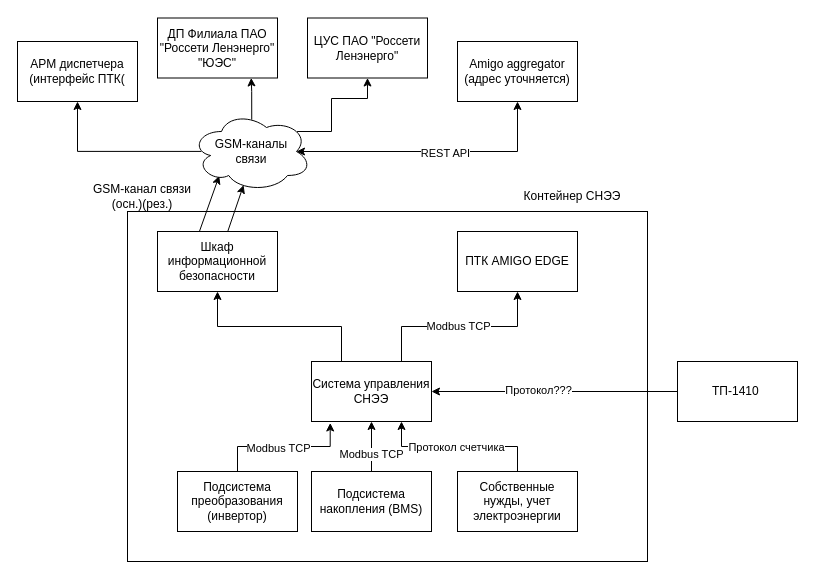
This is Volts.drawio from Randyrofed/DrawIO, a draw.io file, before an edit. Source tidied: cells renumbered, new cells numbered last; positions are measured from the earlier drawing's top-left corner, leaving out a move shared by most shapes. Both pictures are drawn from the tidied source at 100%, with x=0, y=0 at pixel (17, 17).
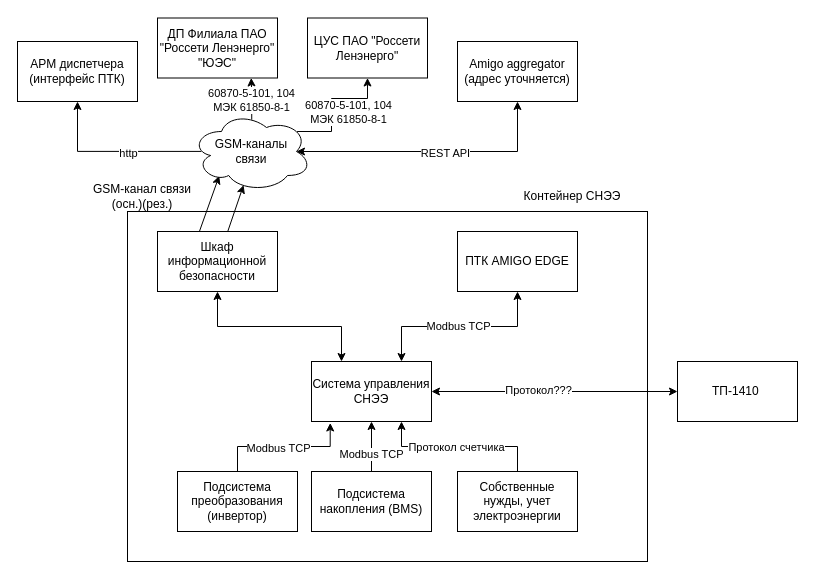
After the change.

Unchanged cells that the change refers to:
```xml
<mxCell id="6" value="Система управления СНЭЭ" style="rounded=0;whiteSpace=wrap;html=1;" parent="1" vertex="1">
  <mxGeometry x="294" y="344" width="120" height="60" as="geometry" />
</mxCell>
<mxCell id="18" value="ТП-1410&amp;nbsp;" style="rounded=0;whiteSpace=wrap;html=1;" parent="1" vertex="1">
  <mxGeometry x="660" y="344" width="120" height="60" as="geometry" />
</mxCell>
<mxCell id="19" value="ПТК AMIGO EDGE" style="rounded=0;whiteSpace=wrap;html=1;" parent="1" vertex="1">
  <mxGeometry x="440" y="214" width="120" height="60" as="geometry" />
</mxCell>
<mxCell id="22" value="Шкаф информационной безопасности" style="rounded=0;whiteSpace=wrap;html=1;" parent="1" vertex="1">
  <mxGeometry x="140" y="214" width="120" height="60" as="geometry" />
</mxCell>
<mxCell id="26" style="edgeStyle=orthogonalEdgeStyle;rounded=0;jettySize=auto;html=1;entryX=0.781;entryY=0.999;entryDx=0;entryDy=0;entryPerimeter=0;exitX=0.502;exitY=0.102;exitDx=0;exitDy=0;exitPerimeter=0;" parent="1" edge="1" source="31" target="23">
  <mxGeometry relative="1" as="geometry" />
</mxCell>
<mxCell id="29" style="edgeStyle=orthogonalEdgeStyle;rounded=0;jettySize=auto;html=1;entryX=0.5;entryY=1;entryDx=0;entryDy=0;exitX=0.88;exitY=0.25;exitDx=0;exitDy=0;exitPerimeter=0;" parent="1" edge="1" source="31" target="24">
  <mxGeometry relative="1" as="geometry">
    <Array as="points">
      <mxPoint x="314" y="114" />
      <mxPoint x="314" y="81" />
      <mxPoint x="350" y="81" />
    </Array>
  </mxGeometry>
</mxCell>
<mxCell id="30" style="edgeStyle=orthogonalEdgeStyle;rounded=0;jettySize=auto;html=1;entryX=0.5;entryY=1;entryDx=0;entryDy=0;exitX=0.083;exitY=0.499;exitDx=0;exitDy=0;exitPerimeter=0;" parent="1" edge="1" source="31" target="32">
  <mxGeometry relative="1" as="geometry" />
</mxCell>
```

Diff of the diagram source:
```diff
@@
-    <mxCell id="3" style="edgeStyle=orthogonalEdgeStyle;rounded=0;jettySize=auto;html=1;entryX=0.5;entryY=1;entryDx=0;entryDy=0;exitX=0.75;exitY=0;exitDx=0;exitDy=0;" parent="1" edge="1" source="6" target="19">
+    <mxCell id="3" style="edgeStyle=orthogonalEdgeStyle;rounded=0;jettySize=auto;html=1;entryX=0.5;entryY=1;entryDx=0;entryDy=0;exitX=0.75;exitY=0;exitDx=0;exitDy=0;startArrow=classic;startFill=1;" parent="1" edge="1" source="6" target="19">
       <mxGeometry relative="1" as="geometry" />
     </mxCell>
@@
-    <mxCell id="5" style="edgeStyle=orthogonalEdgeStyle;rounded=0;jettySize=auto;html=1;exitX=0.25;exitY=0;exitDx=0;exitDy=0;" parent="1" edge="1" source="6" target="22">
+    <mxCell id="5" style="edgeStyle=orthogonalEdgeStyle;rounded=0;jettySize=auto;html=1;exitX=0.25;exitY=0;exitDx=0;exitDy=0;startArrow=classic;startFill=1;" parent="1" edge="1" source="6" target="22">
       <mxGeometry relative="1" as="geometry" />
     </mxCell>
@@
-    <mxCell id="16" style="edgeStyle=orthogonalEdgeStyle;rounded=0;jettySize=auto;html=1;" parent="1" edge="1" source="18" target="6">
+    <mxCell id="16" style="edgeStyle=orthogonalEdgeStyle;rounded=0;jettySize=auto;html=1;startArrow=classic;startFill=1;" parent="1" edge="1" source="18" target="6">
       <mxGeometry relative="1" as="geometry" />
     </mxCell>
@@
+    <mxCell id="35" value="60870-5-101, 104&lt;br&gt;МЭК 61850-8-1" style="edgeLabel;html=1;align=center;verticalAlign=middle;" parent="26" vertex="1">
+      <mxGeometry x="-0.04" y="1" relative="1" as="geometry" />
+    </mxCell>
@@
+    <mxCell id="36" value="60870-5-101, 104&lt;br style=&quot;border-color: var(--border-color);&quot;&gt;МЭК 61850-8-1" style="edgeLabel;html=1;align=center;verticalAlign=middle;" parent="29" vertex="1">
+      <mxGeometry x="-0.24" y="-1" relative="1" as="geometry">
+        <mxPoint x="15" y="-7" as="offset" />
+      </mxGeometry>
+    </mxCell>
@@
+    <mxCell id="37" value="http" style="edgeLabel;html=1;align=center;verticalAlign=middle;" parent="30" vertex="1">
+      <mxGeometry x="-0.16" y="2" relative="1" as="geometry" />
+    </mxCell>
@@
-    <mxCell id="32" value="АРМ диспетчера&lt;br&gt;(интерфейс ПТК(" style="rounded=0;whiteSpace=wrap;html=1;" parent="1" vertex="1">
+    <mxCell id="32" value="АРМ диспетчера&lt;br&gt;(интерфейс ПТК)" style="rounded=0;whiteSpace=wrap;html=1;" parent="1" vertex="1">
       <mxGeometry y="24" width="120" height="60" as="geometry" />
     </mxCell>
```
